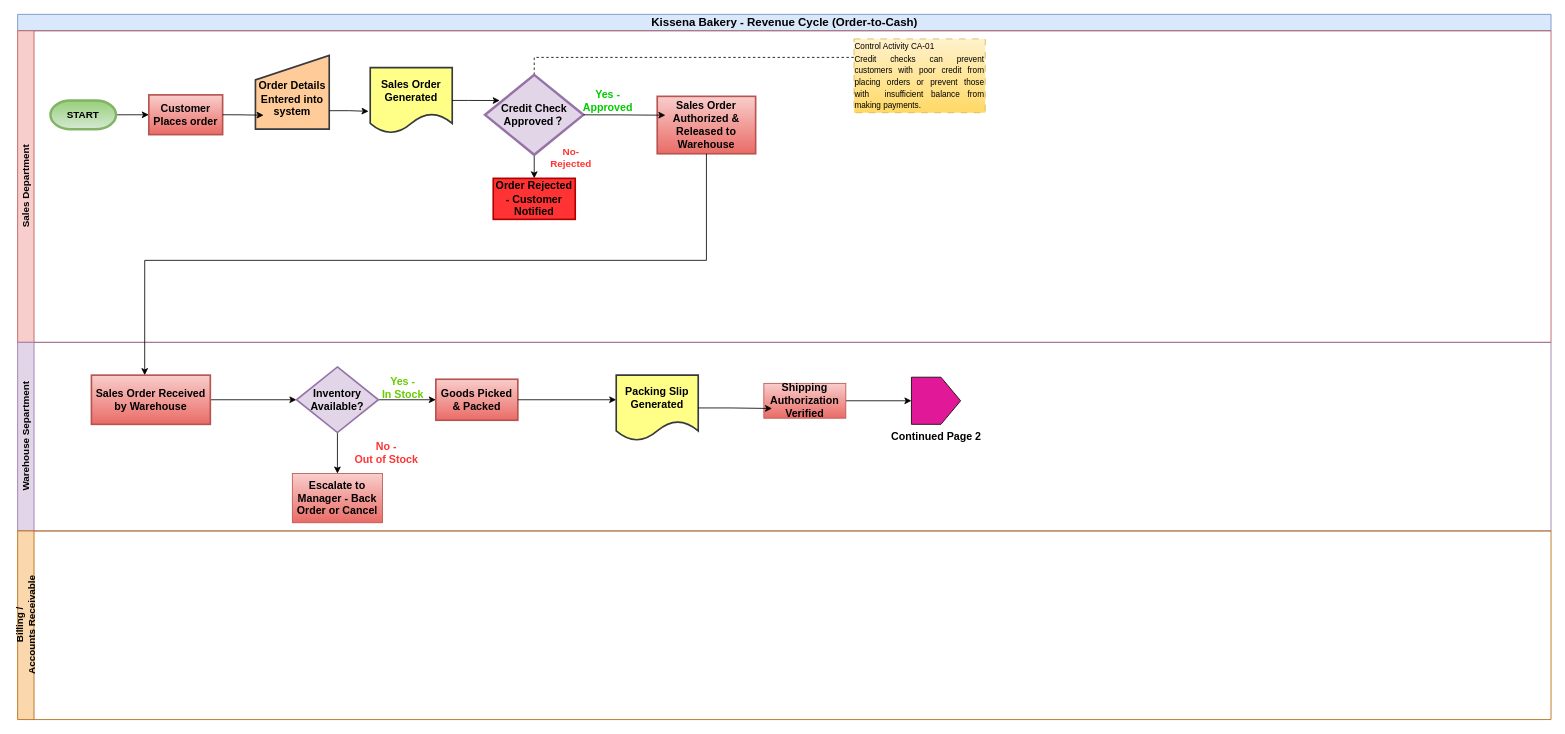
MiaoqingZheng/drawio keeps this draw.io diagram as page "Page-1" (1 of 2) of Revenue_Cycle_Controls.drawio. Above is the earlier version. Source tidied: cells renumbered, new cells numbered last; positions are measured from the earlier drawing's top-left corner, leaving out a move shared by most shapes. Both pictures are drawn from the tidied source at 82%, with x=0, y=0 at pixel (17, 14).
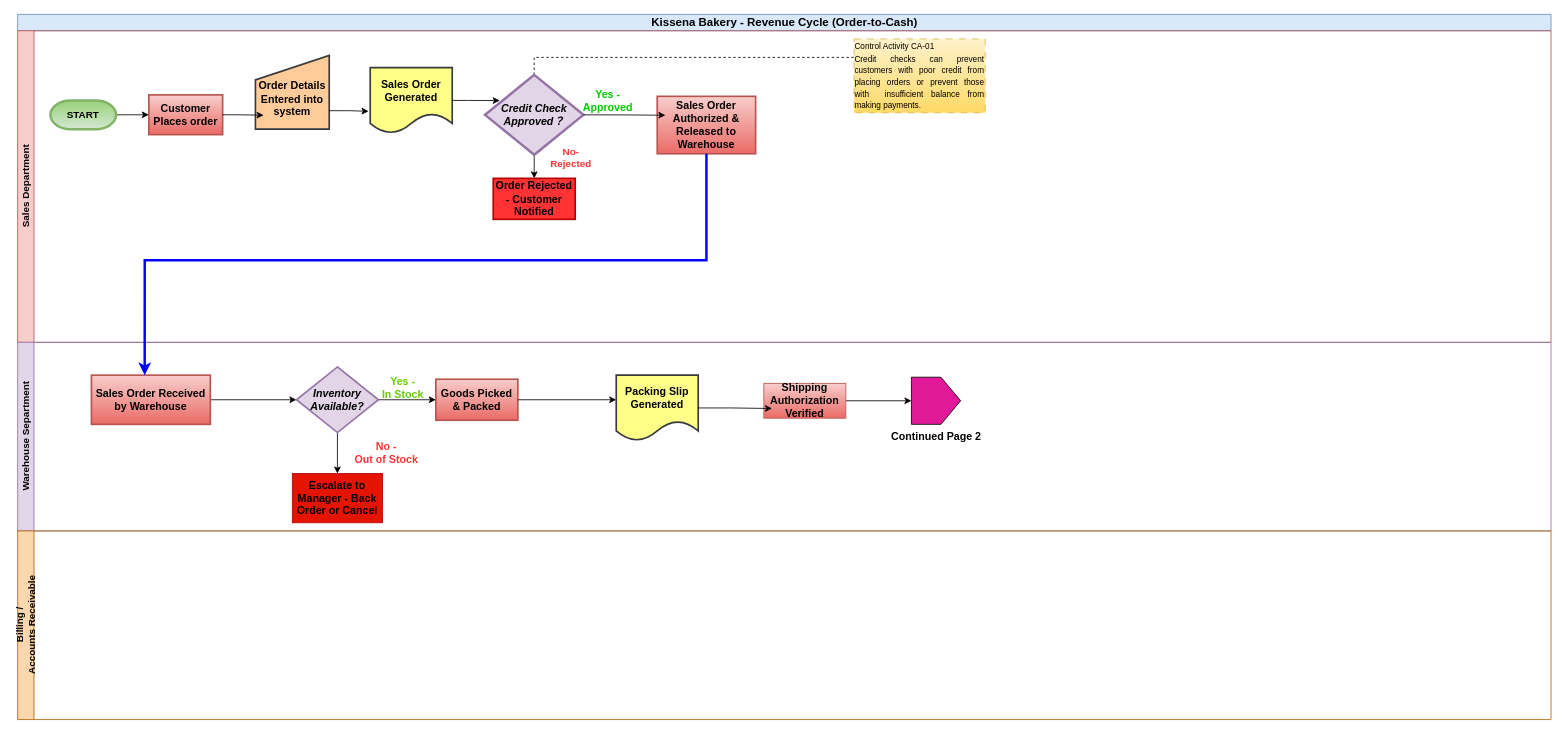
The same page after the edit.

Unchanged cells that the change refers to:
```xml
<mxCell id="3" value="Sales Department" style="swimlane;startSize=20;horizontal=0;html=1;fillColor=#f8cecc;strokeColor=#b85450;" parent="1" vertex="1">
  <mxGeometry y="20" width="1870" height="380" as="geometry" />
</mxCell>
<mxCell id="15" value="&lt;font style=&quot;font-size: 13px;&quot;&gt;&lt;b&gt;Sales Order Authorized &amp;amp; Released to Warehouse&lt;/b&gt;&lt;/font&gt;" style="html=1;dashed=0;whiteSpace=wrap;fillColor=#f8cecc;gradientColor=#ea6b66;strokeColor=#b85450;strokeWidth=2;" parent="3" vertex="1">
  <mxGeometry x="780" y="80" width="120" height="70" as="geometry" />
</mxCell>
<mxCell id="22" value="Warehouse Separtment" style="swimlane;startSize=20;horizontal=0;html=1;fillColor=#e1d5e7;strokeColor=#9673a6;" parent="1" vertex="1">
  <mxGeometry y="400" width="1870" height="230" as="geometry" />
</mxCell>
<mxCell id="24" value="&lt;font style=&quot;font-size: 13px;&quot;&gt;&lt;b&gt;Sales Order Received by Warehouse&lt;/b&gt;&lt;/font&gt;" style="html=1;dashed=0;whiteSpace=wrap;fillColor=#f8cecc;gradientColor=#ea6b66;strokeColor=#b85450;strokeWidth=2;" parent="22" vertex="1">
  <mxGeometry x="90" y="40" width="145" height="60" as="geometry" />
</mxCell>
```

What changed in the source:
```diff
@@
-    <mxCell id="12" value="&lt;font style=&quot;font-size: 13px;&quot;&gt;&lt;b&gt;Credit Check Approved？&lt;/b&gt;&lt;/font&gt;" style="rhombus;whiteSpace=wrap;html=1;fillColor=#e1d5e7;strokeColor=#9673a6;strokeWidth=3;" parent="3" vertex="1">
+    <mxCell id="12" value="&lt;font style=&quot;font-size: 13px;&quot;&gt;&lt;b&gt;&lt;i&gt;Credit Check Approved？&lt;/i&gt;&lt;/b&gt;&lt;/font&gt;" style="rhombus;whiteSpace=wrap;html=1;fillColor=#e1d5e7;strokeColor=#9673a6;strokeWidth=3;" parent="3" vertex="1">
       <mxGeometry x="570" y="53.8" width="120" height="97.5" as="geometry" />
     </mxCell>
@@
-    <mxCell id="27" value="&lt;font style=&quot;font-size: 13px;&quot;&gt;&lt;b&gt;Inventory Available?&lt;/b&gt;&lt;/font&gt;" style="rhombus;whiteSpace=wrap;html=1;fillColor=#e1d5e7;strokeColor=#9673a6;strokeWidth=2;" parent="22" vertex="1">
+    <mxCell id="27" value="&lt;font style=&quot;font-size: 13px;&quot;&gt;&lt;b&gt;&lt;i&gt;Inventory Available?&lt;/i&gt;&lt;/b&gt;&lt;/font&gt;" style="rhombus;whiteSpace=wrap;html=1;fillColor=#e1d5e7;strokeColor=#9673a6;strokeWidth=2;" parent="22" vertex="1">
       <mxGeometry x="340" y="30" width="100" height="80" as="geometry" />
     </mxCell>
-    <mxCell id="28" value="&lt;b&gt;&lt;font style=&quot;font-size: 13px;&quot;&gt;Escalate to Manager - Back Order or Cancel&lt;/font&gt;&lt;/b&gt;" style="html=1;dashed=0;whiteSpace=wrap;fillColor=#f8cecc;strokeColor=#b85450;gradientColor=#ea6b66;" parent="22" vertex="1">
+    <mxCell id="28" value="&lt;b&gt;&lt;font style=&quot;font-size: 13px; color: rgb(0, 0, 0);&quot;&gt;Escalate to Manager - Back Order or Cancel&lt;/font&gt;&lt;/b&gt;" style="html=1;dashed=0;whiteSpace=wrap;fillColor=#e51400;strokeColor=#B20000;fontColor=#ffffff;" parent="22" vertex="1">
       <mxGeometry x="335" y="160" width="110" height="60" as="geometry" />
     </mxCell>
@@
-    <mxCell id="38" style="edgeStyle=orthogonalEdgeStyle;rounded=0;jettySize=auto;html=1;exitX=0.5;exitY=1;exitDx=0;exitDy=0;entryX=0.448;entryY=0;entryDx=0;entryDy=0;entryPerimeter=0;fontColor=#0000CC;" parent="1" edge="1" source="15" target="24">
+    <mxCell id="38" style="edgeStyle=orthogonalEdgeStyle;rounded=0;jettySize=auto;html=1;exitX=0.5;exitY=1;exitDx=0;exitDy=0;entryX=0.448;entryY=0;entryDx=0;entryDy=0;entryPerimeter=0;fontColor=#0000CC;strokeColor=#0000FF;strokeWidth=3;" parent="1" edge="1" source="15" target="24">
       <mxGeometry relative="1" as="geometry">
         <Array as="points">
           <mxPoint x="840" y="300" />
           <mxPoint x="155" y="300" />
         </Array>
       </mxGeometry>
     </mxCell>
```
